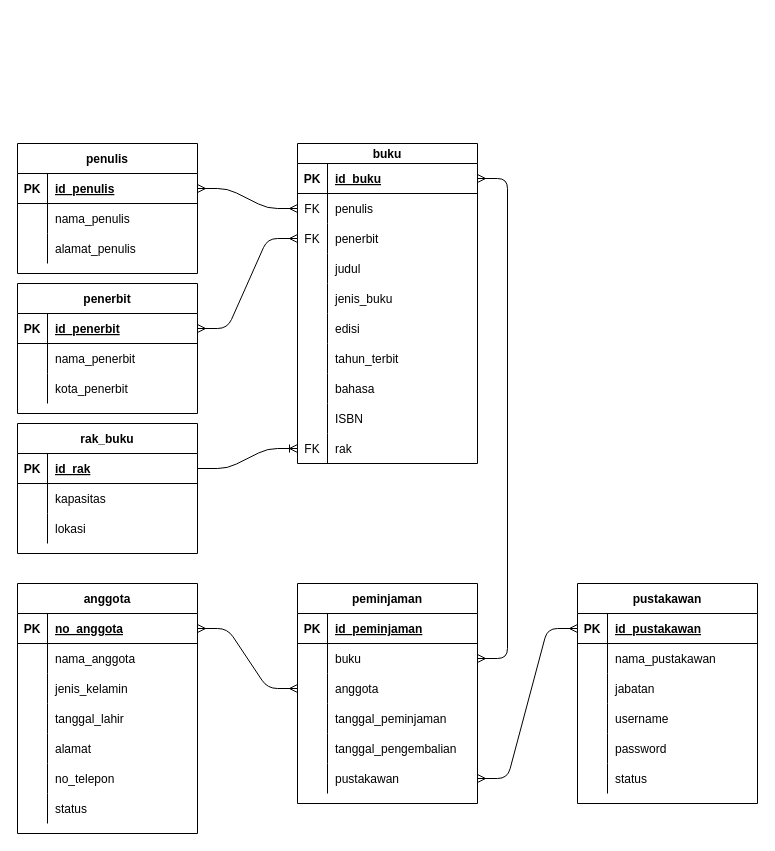
Before: Untitled Diagram.drawio in aripbudiman007/aripbudiman007.github.io, a draw.io diagram. Source tidied: cells renumbered, new cells numbered last; positions are measured from the earlier drawing's top-left corner, leaving out a move shared by most shapes. Both pictures are drawn from the tidied source at 100%, with x=0, y=0 at pixel (17, 143).
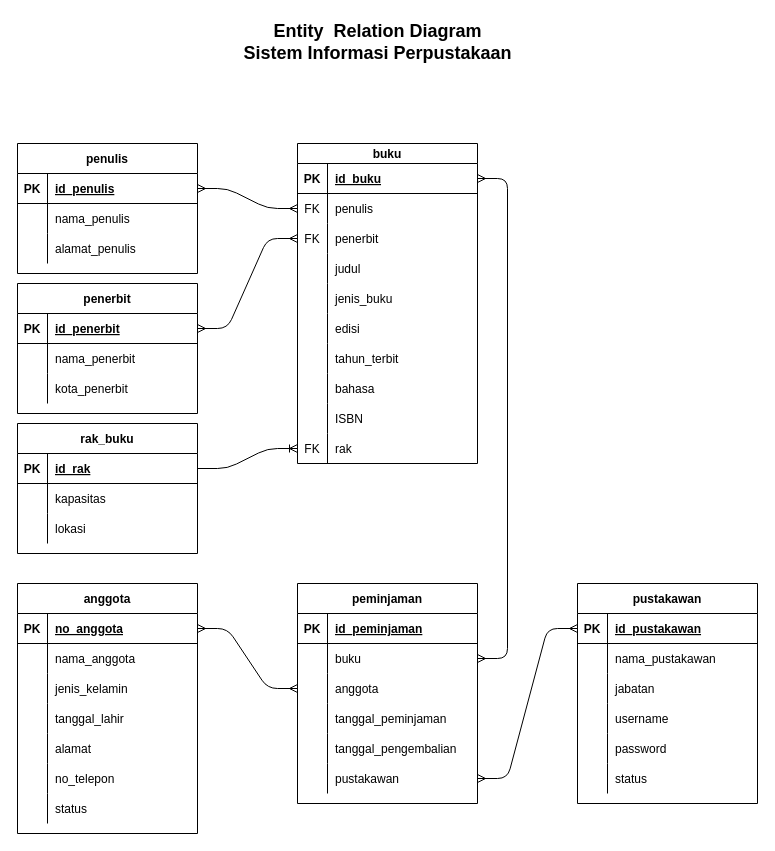
After the change.

Diff of the diagram source:
```diff
@@
+    <mxCell id="129" value="Entity&amp;nbsp; Relation Diagram&lt;br style=&quot;font-size: 18px;&quot;&gt;Sistem Informasi Perpustakaan" style="text;html=1;align=center;verticalAlign=middle;fillColor=none;strokeColor=none;rounded=0;fontSize=18;fontStyle=1;" parent="1" vertex="1">
+      <mxGeometry x="220" y="-126" width="280" height="50" as="geometry" />
+    </mxCell>
```
